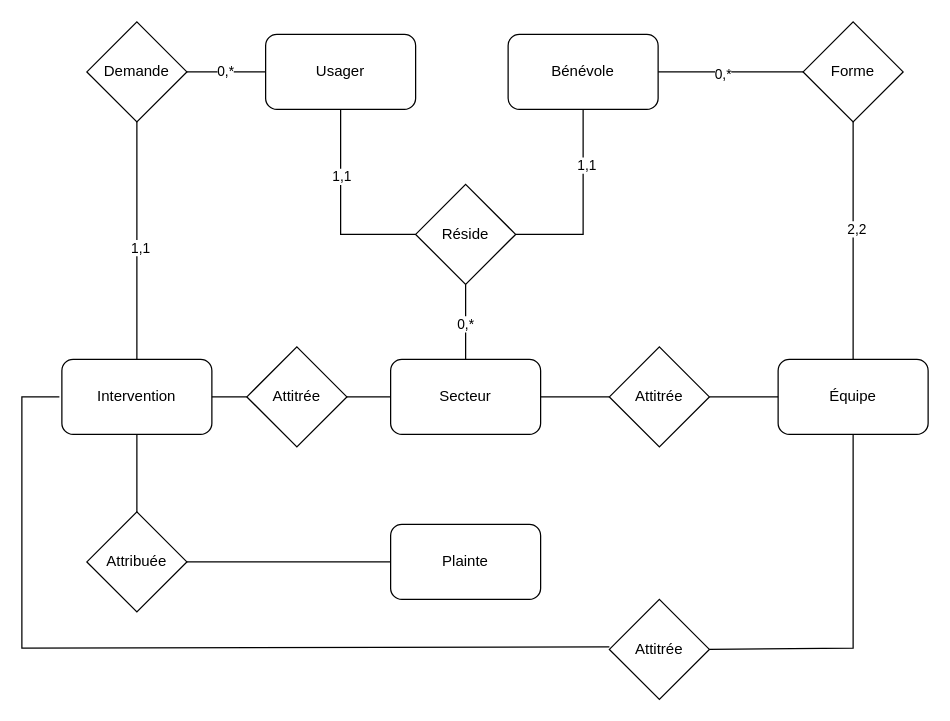
Earlier version of the draw.io diagram projet_session.drawio (oliviernadeau2003/IFT2821-Projet-de-Session). Source tidied: cells renumbered, new cells numbered last; positions are measured from the earlier drawing's top-left corner, leaving out a move shared by most shapes. Both pictures are drawn from the tidied source at 125%, with x=0, y=0 at pixel (21, 21).
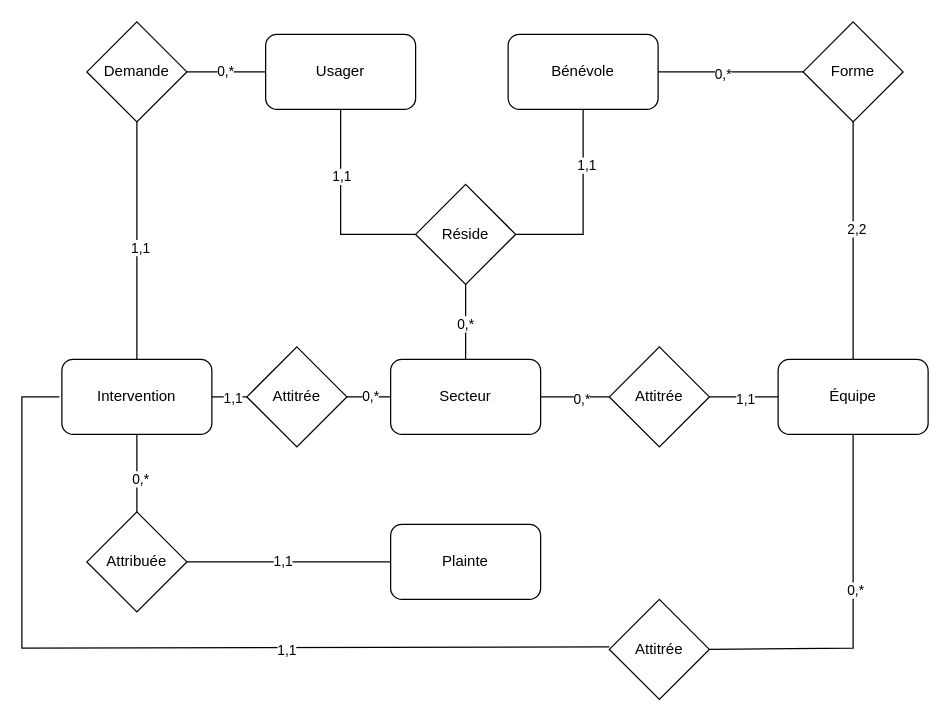
The same diagram, later.

Unchanged cells that the change refers to:
```xml
<mxCell id="21" style="endArrow=none;html=1;rounded=0;entryX=0;entryY=0.5;entryDx=0;entryDy=0;" parent="1" edge="1" source="6" target="20">
  <mxGeometry relative="1" as="geometry" />
</mxCell>
<mxCell id="22" style="endArrow=none;html=1;rounded=0;entryX=1;entryY=0.5;entryDx=0;entryDy=0;exitX=0;exitY=0.5;exitDx=0;exitDy=0;" parent="1" edge="1" source="4" target="20">
  <mxGeometry relative="1" as="geometry" />
</mxCell>
<mxCell id="24" style="endArrow=none;html=1;rounded=0;entryX=0.5;entryY=1;entryDx=0;entryDy=0;exitX=0.5;exitY=0;exitDx=0;exitDy=0;" parent="1" edge="1" source="23" target="5">
  <mxGeometry relative="1" as="geometry" />
</mxCell>
<mxCell id="25" style="endArrow=none;html=1;rounded=0;entryX=1;entryY=0.5;entryDx=0;entryDy=0;exitX=0;exitY=0.5;exitDx=0;exitDy=0;" parent="1" edge="1" source="19" target="23">
  <mxGeometry relative="1" as="geometry" />
</mxCell>
<mxCell id="27" style="endArrow=none;html=1;rounded=0;entryX=0.5;entryY=1;entryDx=0;entryDy=0;exitX=1;exitY=0.5;exitDx=0;exitDy=0;" parent="1" edge="1" source="26" target="4">
  <mxGeometry relative="1" as="geometry">
    <Array as="points">
      <mxPoint x="665" y="501" />
    </Array>
  </mxGeometry>
</mxCell>
<mxCell id="28" style="endArrow=none;html=1;rounded=0;" parent="1" edge="1">
  <mxGeometry relative="1" as="geometry">
    <mxPoint x="30" y="300" as="sourcePoint" />
    <mxPoint x="470" y="500" as="targetPoint" />
    <Array as="points">
      <mxPoint y="300" />
      <mxPoint y="501" />
    </Array>
  </mxGeometry>
</mxCell>
<mxCell id="30" style="endArrow=none;html=1;rounded=0;entryX=0;entryY=0.5;entryDx=0;entryDy=0;exitX=1;exitY=0.5;exitDx=0;exitDy=0;" parent="1" edge="1" source="29" target="6">
  <mxGeometry relative="1" as="geometry" />
</mxCell>
<mxCell id="31" style="endArrow=none;html=1;rounded=0;entryX=0;entryY=0.5;entryDx=0;entryDy=0;exitX=1;exitY=0.5;exitDx=0;exitDy=0;" parent="1" edge="1" source="5" target="29">
  <mxGeometry relative="1" as="geometry" />
</mxCell>
```

Diff of the diagram source:
```diff
@@
+    <mxCell id="37" value="0,*" style="edgeLabel;html=1;align=center;verticalAlign=middle;" parent="21" vertex="1">
+      <mxGeometry x="0.16" y="-1" relative="1" as="geometry" />
+    </mxCell>
@@
+    <mxCell id="38" value="1,1" style="edgeLabel;html=1;align=center;verticalAlign=middle;" parent="22" vertex="1">
+      <mxGeometry x="-0.02" y="1" relative="1" as="geometry" />
+    </mxCell>
@@
+    <mxCell id="39" value="0,*" style="edgeLabel;html=1;align=center;verticalAlign=middle;" parent="24" vertex="1">
+      <mxGeometry x="-0.13" y="-2" relative="1" as="geometry" />
+    </mxCell>
@@
+    <mxCell id="40" value="1,1" style="edgeLabel;html=1;align=center;verticalAlign=middle;" parent="25" vertex="1">
+      <mxGeometry x="0.07" y="-1" relative="1" as="geometry" />
+    </mxCell>
@@
+    <mxCell id="41" value="0,*" style="edgeLabel;html=1;align=center;verticalAlign=middle;" parent="27" vertex="1">
+      <mxGeometry x="0.13" y="-1" relative="1" as="geometry" />
+    </mxCell>
@@
+    <mxCell id="42" value="1,1" style="edgeLabel;html=1;align=center;verticalAlign=middle;" parent="28" vertex="1">
+      <mxGeometry x="0.26" y="-2" relative="1" as="geometry" />
+    </mxCell>
@@
+    <mxCell id="43" value="0,*" style="edgeLabel;html=1;align=center;verticalAlign=middle;" parent="30" vertex="1">
+      <mxGeometry x="0.03" y="1" relative="1" as="geometry" />
+    </mxCell>
@@
+    <mxCell id="44" value="1,1" style="edgeLabel;html=1;align=center;verticalAlign=middle;" parent="31" vertex="1">
+      <mxGeometry x="0.14" relative="1" as="geometry" />
+    </mxCell>
```
